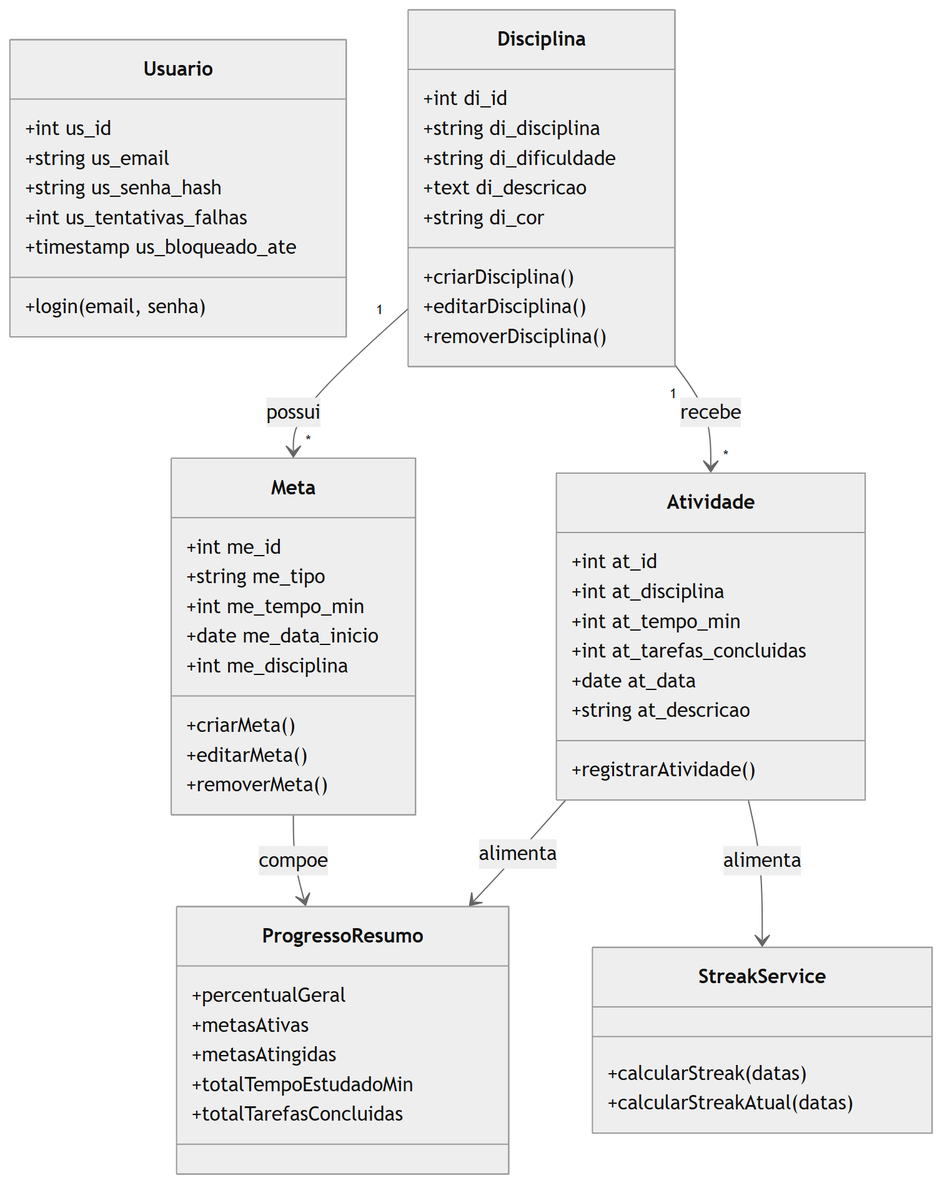
This is docs/Diagrama de Classe.png from art4raujo0/xp-diario, a Mermaid export, as it was before one commit. Its source is kept beside it as docs/mermaid/Diagrama de Classe.mmd. The source it was exported from:
```mermaid
%%{init: {'theme': 'neutral'}}%%
classDiagram
    class Usuario {
        +int us_id
        +string us_email
        +string us_senha_hash
        +int us_tentativas_falhas
        +timestamp us_bloqueado_ate
        +login(email, senha)
    }

    class Disciplina {
        +int di_id
        +string di_disciplina
        +string di_dificuldade
        +text di_descricao
        +string di_cor
        +criarDisciplina()
        +editarDisciplina()
        +removerDisciplina()
    }

    class Meta {
        +int me_id
        +string me_tipo
        +int me_tempo_min
        +date me_data_inicio
        +int me_disciplina
        +criarMeta()
        +editarMeta()
        +removerMeta()
    }

    class Atividade {
        +int at_id
        +int at_disciplina
        +int at_tempo_min
        +int at_tarefas_concluidas
        +date at_data
        +string at_descricao
        +registrarAtividade()
    }

    class StreakService {
        +calcularStreak(datas)
        +calcularStreakAtual(datas)
    }

    class ProgressoResumo {
        +percentualGeral
        +metasAtivas
        +metasAtingidas
        +totalTempoEstudadoMin
        +totalTarefasConcluidas
    }

    Disciplina "1" --> "*" Meta : possui
    Disciplina "1" --> "*" Atividade : recebe
    Atividade --> StreakService : alimenta
    Meta --> ProgressoResumo : compoe
    Atividade --> ProgressoResumo : alimenta
```
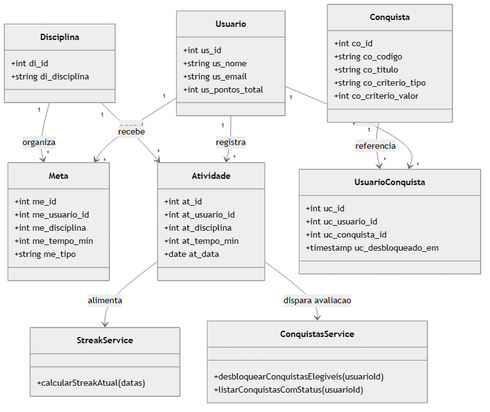
Above is the later version.

Change to the diagram source:
```diff
@@ -2,60 +2,61 @@
 classDiagram
     class Usuario {
         +int us_id
+        +string us_nome
         +string us_email
-        +string us_senha_hash
-        +int us_tentativas_falhas
-        +timestamp us_bloqueado_ate
-        +login(email, senha)
+        +int us_pontos_total
     }
 
     class Disciplina {
         +int di_id
         +string di_disciplina
-        +string di_dificuldade
-        +text di_descricao
-        +string di_cor
-        +criarDisciplina()
-        +editarDisciplina()
-        +removerDisciplina()
     }
 
     class Meta {
         +int me_id
+        +int me_usuario_id
+        +int me_disciplina
+        +int me_tempo_min
         +string me_tipo
-        +int me_tempo_min
-        +date me_data_inicio
-        +int me_disciplina
-        +criarMeta()
-        +editarMeta()
-        +removerMeta()
     }
 
     class Atividade {
         +int at_id
+        +int at_usuario_id
         +int at_disciplina
         +int at_tempo_min
-        +int at_tarefas_concluidas
         +date at_data
-        +string at_descricao
-        +registrarAtividade()
+    }
+
+    class Conquista {
+        +int co_id
+        +string co_codigo
+        +string co_titulo
+        +string co_criterio_tipo
+        +int co_criterio_valor
+    }
+
+    class UsuarioConquista {
+        +int uc_id
+        +int uc_usuario_id
+        +int uc_conquista_id
+        +timestamp uc_desbloqueado_em
     }
 
     class StreakService {
-        +calcularStreak(datas)
         +calcularStreakAtual(datas)
     }
 
-    class ProgressoResumo {
-        +percentualGeral
-        +metasAtivas
-        +metasAtingidas
-        +totalTempoEstudadoMin
-        +totalTarefasConcluidas
+    class ConquistasService {
+        +desbloquearConquistasElegiveis(usuarioId)
+        +listarConquistasComStatus(usuarioId)
     }
 
-    Disciplina "1" --> "*" Meta : possui
+    Usuario "1" --> "*" Meta : possui
+    Usuario "1" --> "*" Atividade : registra
+    Usuario "1" --> "*" UsuarioConquista : possui
+    Disciplina "1" --> "*" Meta : organiza
     Disciplina "1" --> "*" Atividade : recebe
+    Conquista "1" --> "*" UsuarioConquista : referencia
     Atividade --> StreakService : alimenta
-    Meta --> ProgressoResumo : compoe
-    Atividade --> ProgressoResumo : alimenta
+    Atividade --> ConquistasService : dispara avaliacao
```
